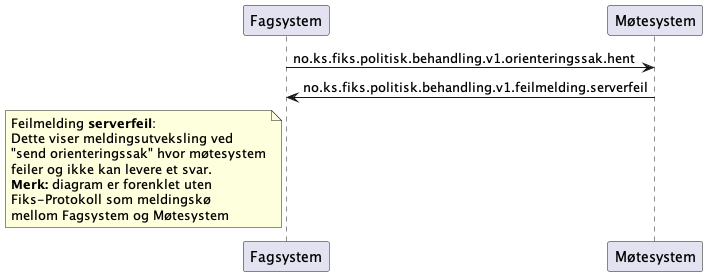
Above: Dokumentasjon/V1/meldingsutveksling/orienteringssak-send/sekvensdiagram/sekvensdiagram-orienteringssak-send-serverfeil.png in ks-no/fiks-politisk-behandling-specification (PlantUML), before the change.
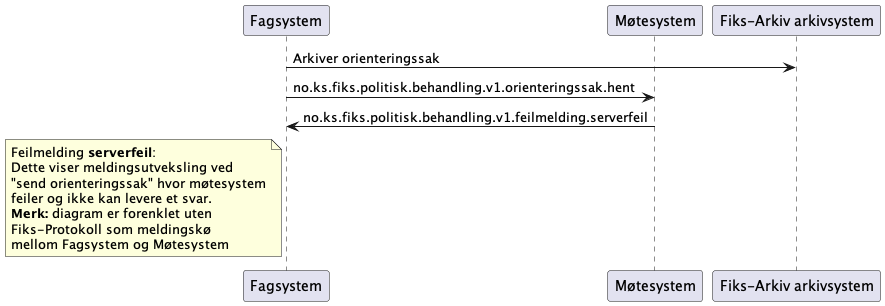
After the change.

The edit, as a diff of the source:
```diff
@@ -1,7 +1,9 @@
 @startuml
 participant Fagsystem as "Fagsystem"
 participant Møtesystem as "Møtesystem"
+participant Arkivsystem as "Fiks-Arkiv arkivsystem"
 
+Fagsystem -> Arkivsystem : Arkiver orienteringssak
 Fagsystem -> Møtesystem : no.ks.fiks.politisk.behandling.v1.orienteringssak.hent
 Fagsystem <- Møtesystem : no.ks.fiks.politisk.behandling.v1.feilmelding.serverfeil
 
```
